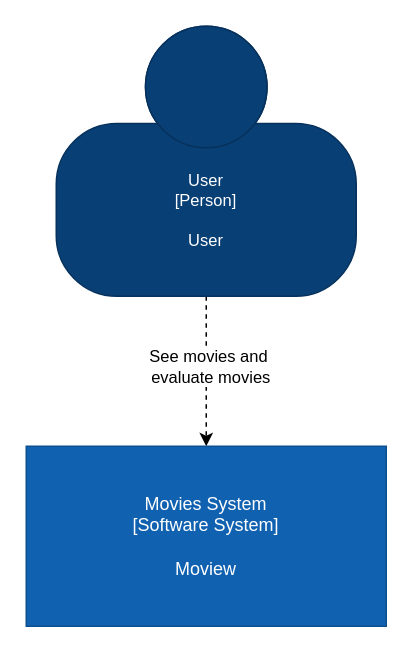
SimaoBotas2/ads-projeto keeps this draw.io diagram as docs/ARCH/SystemContextDiagramC4.drawio. Above is the earlier version. Source tidied: cells renumbered, new cells numbered last; positions are measured from the earlier drawing's top-left corner, leaving out a move shared by most shapes. Both pictures are drawn from the tidied source at 150%, with x=0, y=0 at pixel (26, 26).
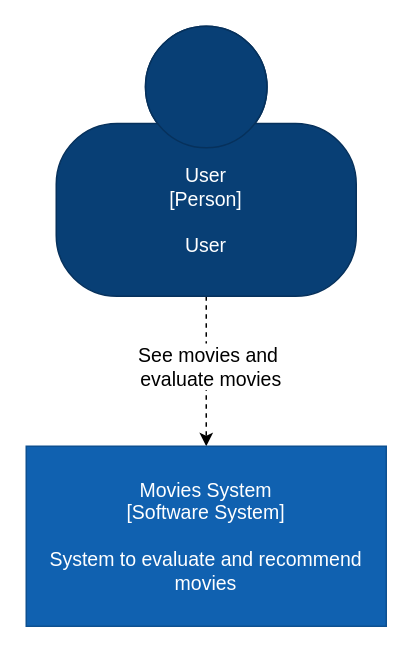
The same page after the edit.

Diff of the diagram source:
```diff
@@
 <mxGraphModel>
   <root>
     <mxCell id="0" />
     <mxCell id="1" parent="0" />
-    <mxCell id="2" style="edgeStyle=none;html=1;dashed=1;" parent="1" edge="1" source="4" target="5">
+    <mxCell id="2" style="edgeStyle=none;html=1;dashed=1;fontSize=13;" parent="1" edge="1" source="4" target="5">
       <mxGeometry relative="1" as="geometry" />
     </mxCell>
-    <mxCell id="3" value="See movies and&amp;nbsp;&lt;div&gt;evaluate movies&lt;/div&gt;" style="edgeLabel;html=1;align=center;verticalAlign=middle;" parent="2" vertex="1">
+    <mxCell id="3" value="See movies and&amp;nbsp;&lt;div&gt;evaluate movies&lt;/div&gt;" style="edgeLabel;html=1;align=center;verticalAlign=middle;fontSize=13;" parent="2" vertex="1">
       <mxGeometry x="-0.09" y="2" relative="1" as="geometry" />
     </mxCell>
     <object id="4" label="%c4Name%&#10;[%c4Type%]&#10;&#10;%c4Description%" c4Description="User" c4Name="User" c4Type="Person" placeholders="1">
-      <mxCell style="fontSize=11;dashed=0;whiteSpace=wrap;fillColor=#083F75;strokeColor=#06315C;fontColor=#FFFFFF;shape=mxgraph.c4.person2;align=center;points=[[0.5,0,0],[1,0.5,0],[1,0.75,0],[0.75,1,0],[0.5,1,0],[0.25,1,0],[0,0.75,0],[0,0.5,0]];" parent="1" vertex="1">
+      <mxCell style="fontSize=13;dashed=0;whiteSpace=wrap;fillColor=#083F75;strokeColor=#06315C;fontColor=#FFFFFF;shape=mxgraph.c4.person2;align=center;points=[[0.5,0,0],[1,0.5,0],[1,0.75,0],[0.75,1,0],[0.5,1,0],[0.25,1,0],[0,0.75,0],[0,0.5,0]];" parent="1" vertex="1">
         <mxGeometry x="20" width="200" height="180" as="geometry" />
       </mxCell>
     </object>
-    <object id="5" label="%c4Name%&#10;[%c4Type%]&#10;&#10;%c4Description%" c4Description="Moview " c4Name="Movies System" c4Type="Software System" placeholders="1">
-      <mxCell style="rounded=0;whiteSpace=wrap;labelBackgroundColor=none;fillColor=#1061B0;fontColor=#FFFFFF;align=center;arcSize=10;strokeColor=#0D5091;points=[[0.25,0,0],[0.5,0,0],[0.75,0,0],[1,0.25,0],[1,0.5,0],[1,0.75,0],[0.75,1,0],[0.5,1,0],[0.25,1,0],[0,0.75,0],[0,0.5,0],[0,0.25,0]];" parent="1" vertex="1">
+    <object id="5" label="%c4Name%&#10;[%c4Type%]&#10;&#10;%c4Description%" c4Description="System to evaluate and recommend &#10;movies" c4Name="Movies System" c4Type="Software System" placeholders="1">
+      <mxCell style="rounded=0;whiteSpace=wrap;labelBackgroundColor=none;fillColor=#1061B0;fontColor=#FFFFFF;align=center;arcSize=10;strokeColor=#0D5091;points=[[0.25,0,0],[0.5,0,0],[0.75,0,0],[1,0.25,0],[1,0.5,0],[1,0.75,0],[0.75,1,0],[0.5,1,0],[0.25,1,0],[0,0.75,0],[0,0.5,0],[0,0.25,0]];fontSize=13;" parent="1" vertex="1">
         <mxGeometry y="280" width="240" height="120" as="geometry" />
       </mxCell>
     </object>
   </root>
 </mxGraphModel>
```
